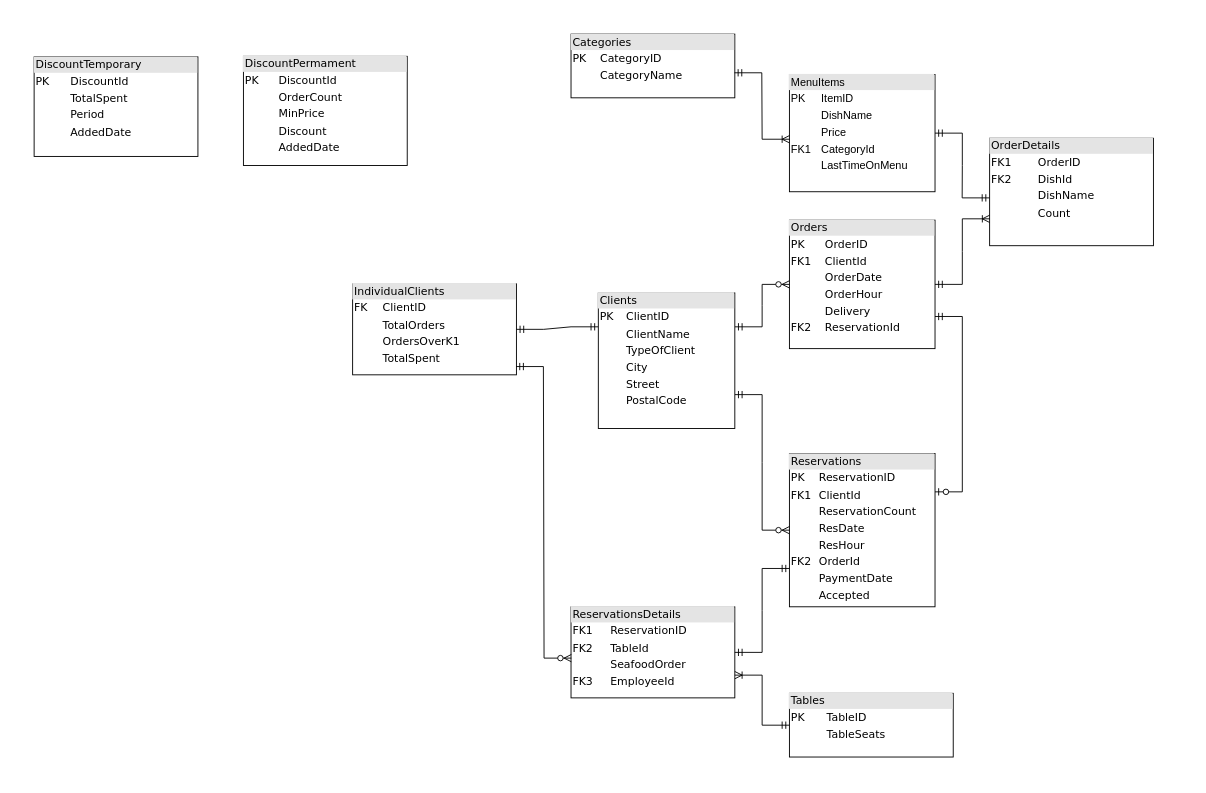
The draw.io diagram DataBaseSchema.drawio in mczajor/DataBases, before the edit. Source tidied: cells renumbered, new cells numbered last; positions are measured from the earlier drawing's top-left corner, leaving out a move shared by most shapes. Both pictures are drawn from the tidied source at 91%, with x=0, y=0 at pixel (34, 34).
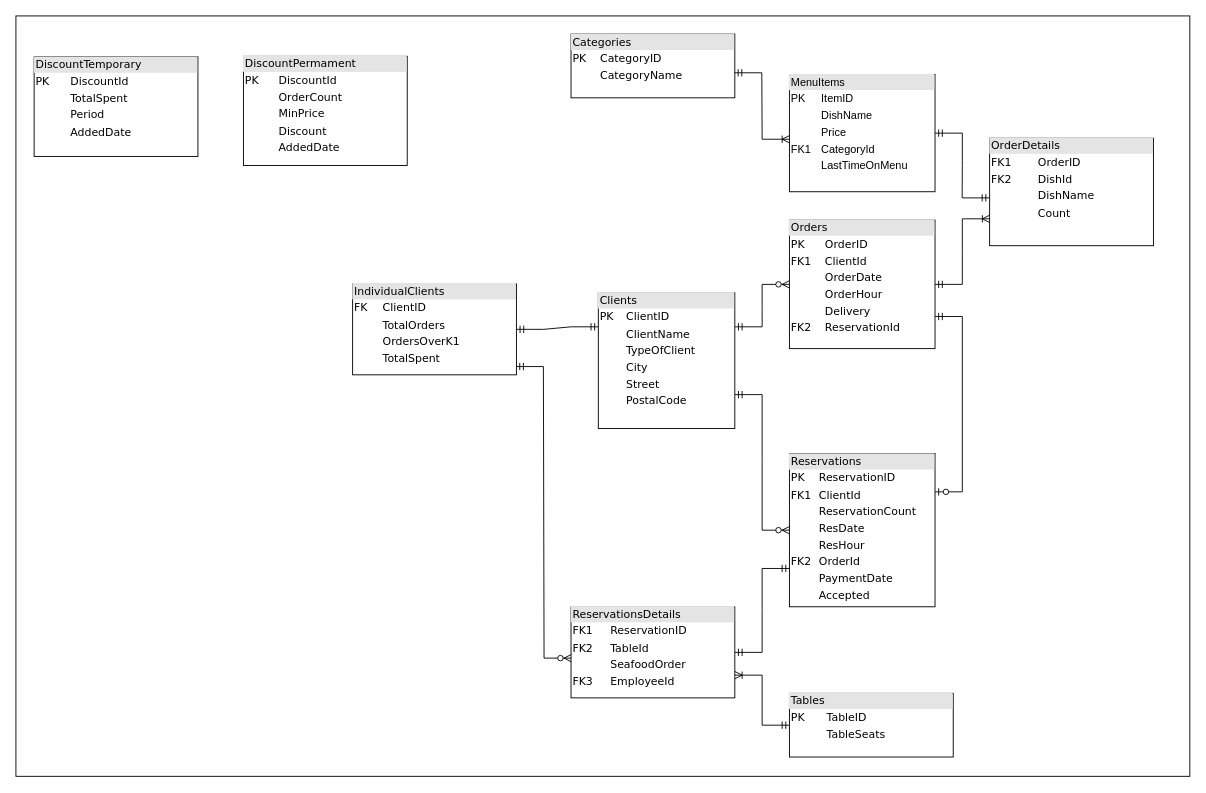
The same diagram, later.

What changed in the source:
```diff
@@
+    <mxCell id="25" style="rounded=0;whiteSpace=wrap;html=1;" parent="1" vertex="1">
+      <mxGeometry x="-20" y="-20" width="1290" height="835.6" as="geometry" />
+    </mxCell>
```
